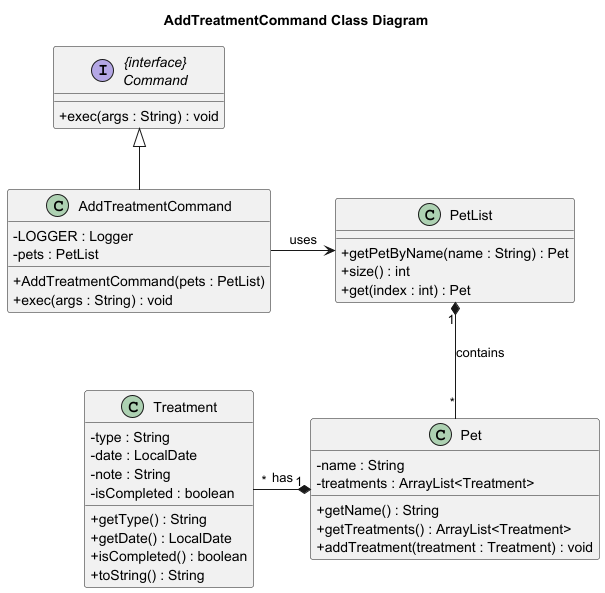
Above: docs/diagrams/AddTreatmentCommand_Class_Diagram.png in Kevin88866/tp (PlantUML), before the change.
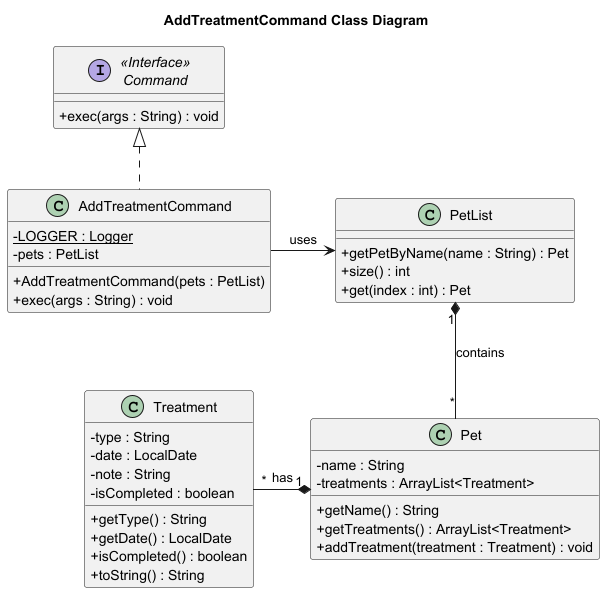
After the commit.

What changed in the source:
```diff
@@ -3,13 +3,13 @@
 title AddTreatmentCommand Class Diagram
 
 class AddTreatmentCommand {
-    - LOGGER : Logger
+    - {static} LOGGER : Logger
     - pets : PetList
     + AddTreatmentCommand(pets : PetList)
     + exec(args : String) : void
 }
 
-interface "{interface}\nCommand" as Command {
+interface "<<Interface>>\nCommand" as Command {
     + exec(args : String) : void
 }
 
@@ -38,7 +38,7 @@
     + toString() : String
 }
 
-Command <|-- AddTreatmentCommand
+Command <|.. AddTreatmentCommand
 AddTreatmentCommand -right-> PetList : uses
 PetList "1" *-- "*" Pet : contains
 Pet "1" *-left- "*" Treatment : has
```
